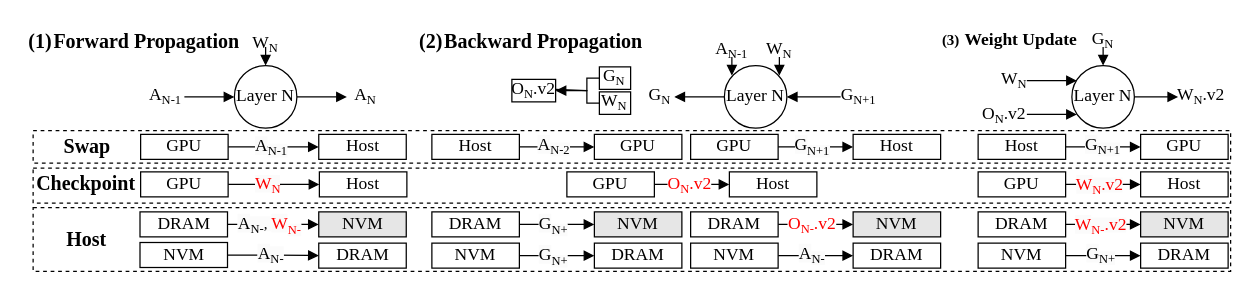
Above: fig/pipeline.drawio in icszhr/NCheck (draw.io), before the change. Source tidied: cells renumbered, new cells numbered last; positions are measured from the earlier drawing's top-left corner, leaving out a move shared by most shapes. Both pictures are drawn from the tidied source at 125%, with x=0, y=0 at pixel (21, 21).
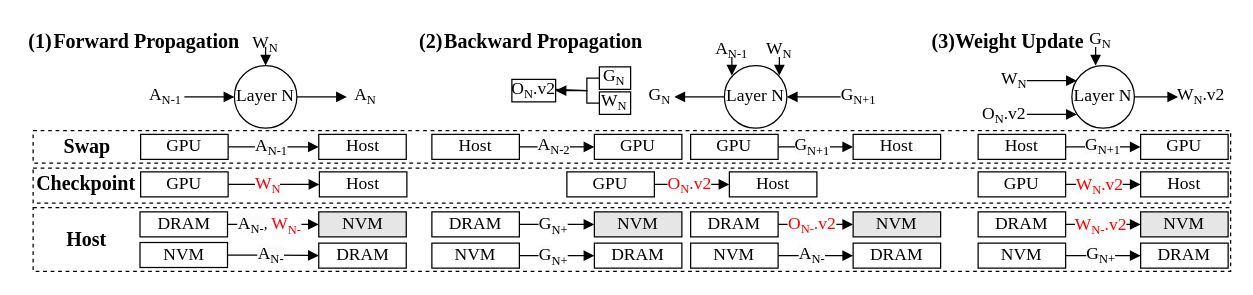
The same page after the edit.

The change refers to these unchanged cells:
```xml
<mxCell id="25" value="&lt;font style=&quot;font-size: 14px;&quot;&gt;Layer N&lt;/font&gt;" style="ellipse;whiteSpace=wrap;html=1;fontFamily=Times New Roman;" parent="1" vertex="1">
  <mxGeometry x="840" y="35" width="50" height="50" as="geometry" />
</mxCell>
```

Diff of the diagram source:
```diff
@@
-    <mxCell id="23" style="edgeStyle=orthogonalEdgeStyle;rounded=0;jettySize=auto;html=1;endArrow=none;endFill=0;startArrow=block;startFill=1;fontFamily=Times New Roman;" parent="1" edge="1" source="25">
+    <mxCell id="23" style="edgeStyle=orthogonalEdgeStyle;rounded=0;orthogonalLoop=1;jettySize=auto;html=1;endArrow=none;endFill=0;startArrow=block;startFill=1;fontFamily=Times New Roman;" parent="1" edge="1">
       <mxGeometry relative="1" as="geometry">
-        <mxPoint x="865" y="20" as="targetPoint" />
+        <mxPoint x="859" y="35" as="sourcePoint" />
+        <mxPoint x="859" y="20" as="targetPoint" />
         <Array as="points">
-          <mxPoint x="865" y="20" />
+          <mxPoint x="859" y="20" />
         </Array>
       </mxGeometry>
     </mxCell>
@@
     <mxCell id="26" value="&lt;font style=&quot;&quot;&gt;&lt;span style=&quot;font-size: 14px;&quot;&gt;G&lt;/span&gt;&lt;sub style=&quot;&quot;&gt;&lt;font style=&quot;font-size: 10px;&quot;&gt;N&lt;/font&gt;&lt;/sub&gt;&lt;/font&gt;" style="text;html=1;align=center;verticalAlign=middle;whiteSpace=wrap;rounded=0;fontFamily=Times New Roman;" parent="1" vertex="1">
-      <mxGeometry x="835" width="60" height="30" as="geometry" />
+      <mxGeometry x="833" width="60" height="30" as="geometry" />
     </mxCell>
@@
-    <mxCell id="75" value="&lt;b&gt;(3)&lt;/b&gt;" style="text;html=1;align=center;verticalAlign=middle;whiteSpace=wrap;rounded=0;fontFamily=Times New Roman;" parent="1" vertex="1">
-      <mxGeometry x="731.5" width="23" height="30" as="geometry" />
+    <mxCell id="75" value="&lt;b&gt;&lt;font style=&quot;font-size: 16px;&quot;&gt;(3)&lt;/font&gt;&lt;/b&gt;" style="text;html=1;align=center;verticalAlign=middle;whiteSpace=wrap;rounded=0;fontFamily=Times New Roman;" parent="1" vertex="1">
+      <mxGeometry x="725.5" width="23" height="30" as="geometry" />
     </mxCell>
-    <mxCell id="76" value="&lt;font size=&quot;1&quot; face=&quot;Times New Roman&quot;&gt;&lt;b style=&quot;font-size: 14px;&quot;&gt;Weight Update&lt;/b&gt;&lt;/font&gt;" style="text;html=1;align=center;verticalAlign=middle;whiteSpace=wrap;rounded=0;" parent="1" vertex="1">
-      <mxGeometry x="749.5" y="5" width="98.5" height="20" as="geometry" />
+    <mxCell id="76" value="&lt;font size=&quot;1&quot; face=&quot;Times New Roman&quot;&gt;&lt;b style=&quot;font-size: 16px;&quot;&gt;Weight Update&lt;/b&gt;&lt;/font&gt;" style="text;html=1;align=center;verticalAlign=middle;whiteSpace=wrap;rounded=0;" parent="1" vertex="1">
+      <mxGeometry x="743.5" y="5" width="108.5" height="20" as="geometry" />
     </mxCell>
```
